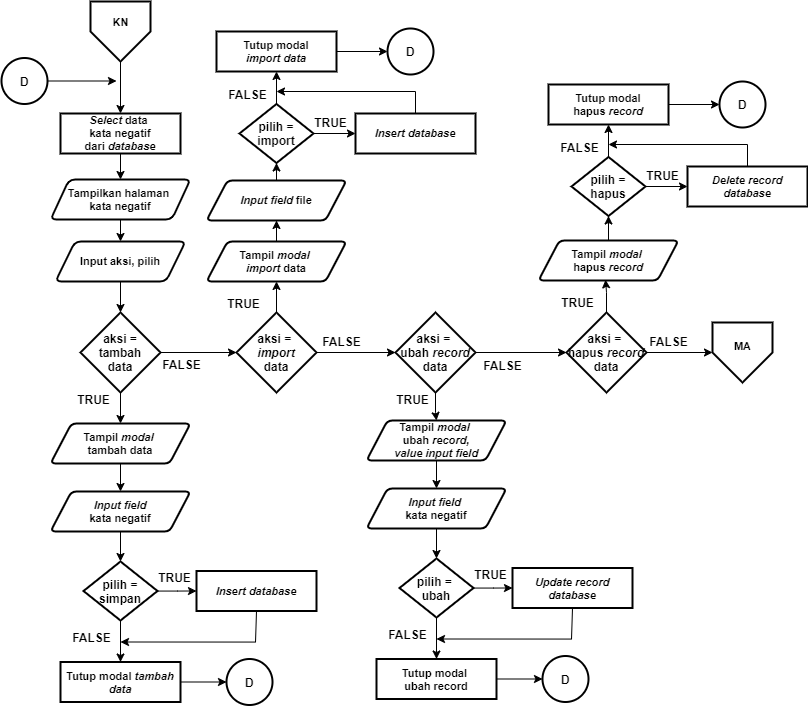
Above: Dokumen TA/Paper/Flowchart/M7. Flowchart menu kata negatif.png in muspriandi/TextMining-SentimentAnalysis (draw.io), before the change. Source tidied: cells renumbered, new cells last; positions are measured from the earlier drawing's top-left corner, leaving out a move shared by most shapes.
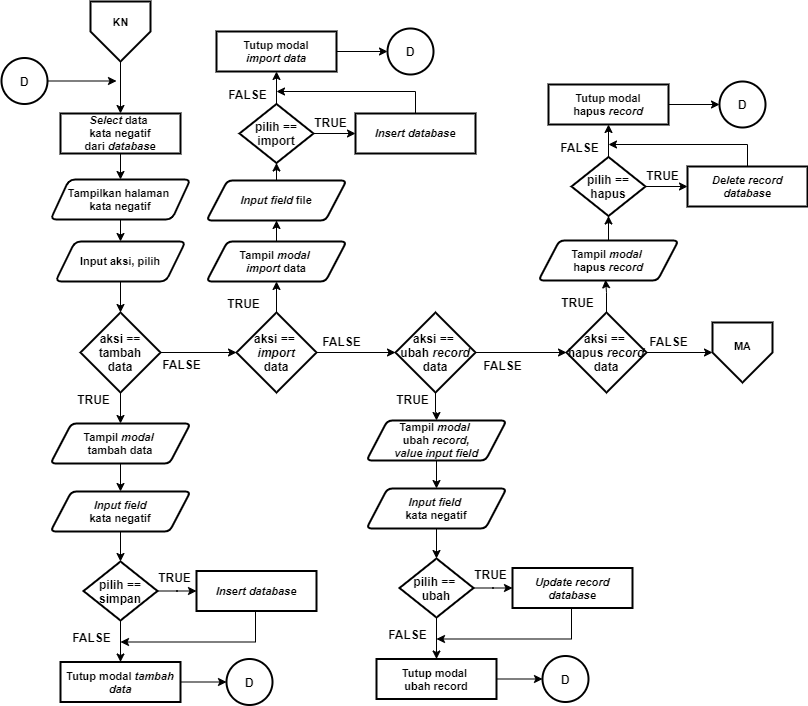
After the commit.

What changed in the source:
```diff
@@ -63,7 +63,7 @@
     <mxCell id="16" style="edgeStyle=orthogonalEdgeStyle;rounded=0;jettySize=auto;html=1;entryX=0;entryY=0.5;entryDx=0;entryDy=0;" parent="1" edge="1" source="17" target="20">
       <mxGeometry relative="1" as="geometry" />
     </mxCell>
-    <mxCell id="17" value="&lt;b&gt;&lt;font style=&quot;font-size: 12px&quot;&gt;aksi = tambah&lt;br&gt;data&lt;/font&gt;&lt;/b&gt;" style="rhombus;whiteSpace=wrap;html=1;strokeWidth=2;" parent="1" vertex="1">
+    <mxCell id="17" value="&lt;b&gt;&lt;font style=&quot;font-size: 12px&quot;&gt;aksi == tambah&lt;br&gt;data&lt;/font&gt;&lt;/b&gt;" style="rhombus;whiteSpace=wrap;html=1;strokeWidth=2;" parent="1" vertex="1">
       <mxGeometry x="79" y="311" width="80" height="80" as="geometry" />
     </mxCell>
     <mxCell id="18" style="edgeStyle=orthogonalEdgeStyle;rounded=0;jettySize=auto;html=1;entryX=0.5;entryY=1;entryDx=0;entryDy=0;" parent="1" edge="1" source="20" target="46">
@@ -72,7 +72,7 @@
     <mxCell id="19" style="edgeStyle=orthogonalEdgeStyle;rounded=0;jettySize=auto;html=1;" parent="1" edge="1" source="20" target="23">
       <mxGeometry relative="1" as="geometry" />
     </mxCell>
-    <mxCell id="20" value="&lt;b&gt;&lt;font style=&quot;font-size: 12px&quot;&gt;aksi = &lt;br&gt;&lt;i&gt;import&lt;/i&gt;&lt;br&gt;data&lt;br&gt;&lt;/font&gt;&lt;/b&gt;" style="rhombus;whiteSpace=wrap;html=1;strokeWidth=2;" parent="1" vertex="1">
+    <mxCell id="20" value="&lt;b&gt;&lt;font style=&quot;font-size: 12px&quot;&gt;aksi == &lt;br&gt;&lt;i&gt;import&lt;/i&gt;&lt;br&gt;data&lt;br&gt;&lt;/font&gt;&lt;/b&gt;" style="rhombus;whiteSpace=wrap;html=1;strokeWidth=2;" parent="1" vertex="1">
       <mxGeometry x="235" y="311" width="80" height="80" as="geometry" />
     </mxCell>
     <mxCell id="21" style="edgeStyle=orthogonalEdgeStyle;rounded=0;jettySize=auto;html=1;" parent="1" edge="1" source="23" target="26">
@@ -81,7 +81,7 @@
     <mxCell id="22" style="edgeStyle=orthogonalEdgeStyle;rounded=0;jettySize=auto;html=1;entryX=0.5;entryY=0;entryDx=0;entryDy=0;" parent="1" edge="1" source="23" target="69">
       <mxGeometry relative="1" as="geometry" />
     </mxCell>
-    <mxCell id="23" value="&lt;b&gt;&lt;font style=&quot;font-size: 12px&quot;&gt;aksi = &lt;br&gt;ubah &lt;i&gt;record&lt;/i&gt;&lt;br&gt;data&lt;br&gt;&lt;/font&gt;&lt;/b&gt;" style="rhombus;whiteSpace=wrap;html=1;strokeWidth=2;" parent="1" vertex="1">
+    <mxCell id="23" value="&lt;b&gt;&lt;font style=&quot;font-size: 12px&quot;&gt;aksi == &lt;br&gt;ubah &lt;i&gt;record&lt;/i&gt;&lt;br&gt;data&lt;br&gt;&lt;/font&gt;&lt;/b&gt;" style="rhombus;whiteSpace=wrap;html=1;strokeWidth=2;" parent="1" vertex="1">
       <mxGeometry x="394" y="311" width="80" height="80" as="geometry" />
     </mxCell>
     <mxCell id="24" style="edgeStyle=orthogonalEdgeStyle;rounded=0;jettySize=auto;html=1;entryX=0;entryY=0.5;entryDx=0;entryDy=0;" parent="1" edge="1" source="26" target="11">
@@ -90,7 +90,7 @@
     <mxCell id="25" style="edgeStyle=orthogonalEdgeStyle;rounded=0;jettySize=auto;html=1;entryX=0.479;entryY=0.983;entryDx=0;entryDy=0;entryPerimeter=0;" parent="1" edge="1" source="26" target="78">
       <mxGeometry relative="1" as="geometry" />
     </mxCell>
-    <mxCell id="26" value="&lt;b&gt;&lt;font style=&quot;font-size: 12px&quot;&gt;aksi = &lt;br&gt;hapus &lt;i&gt;record&lt;/i&gt;&lt;br&gt;data&lt;br&gt;&lt;/font&gt;&lt;/b&gt;" style="rhombus;whiteSpace=wrap;html=1;strokeWidth=2;" parent="1" vertex="1">
+    <mxCell id="26" value="&lt;b&gt;&lt;font style=&quot;font-size: 12px&quot;&gt;aksi == &lt;br&gt;hapus &lt;i&gt;record&lt;/i&gt;&lt;br&gt;data&lt;br&gt;&lt;/font&gt;&lt;/b&gt;" style="rhombus;whiteSpace=wrap;html=1;strokeWidth=2;" parent="1" vertex="1">
       <mxGeometry x="565" y="311" width="80" height="80" as="geometry" />
     </mxCell>
     <mxCell id="27" style="edgeStyle=orthogonalEdgeStyle;rounded=0;jettySize=auto;html=1;exitX=0.5;exitY=1;exitDx=0;exitDy=0;" parent="1" edge="1" source="28">
@@ -116,7 +116,7 @@
     <mxCell id="32" style="edgeStyle=orthogonalEdgeStyle;rounded=0;jettySize=auto;html=1;entryX=0.5;entryY=0;entryDx=0;entryDy=0;" parent="1" edge="1" source="33" target="39">
       <mxGeometry relative="1" as="geometry" />
     </mxCell>
-    <mxCell id="33" value="&lt;b&gt;&lt;font style=&quot;font-size: 12px&quot;&gt;pilih = simpan&lt;/font&gt;&lt;/b&gt;" style="rhombus;whiteSpace=wrap;html=1;strokeWidth=2;" parent="1" vertex="1">
+    <mxCell id="33" value="&lt;b&gt;&lt;font style=&quot;font-size: 12px&quot;&gt;pilih == simpan&lt;/font&gt;&lt;/b&gt;" style="rhombus;whiteSpace=wrap;html=1;strokeWidth=2;" parent="1" vertex="1">
       <mxGeometry x="82" y="560" width="74" height="59" as="geometry" />
     </mxCell>
     <mxCell id="34" style="edgeStyle=orthogonalEdgeStyle;rounded=0;jettySize=auto;html=1;" parent="1" edge="1" source="35">
@@ -172,7 +172,7 @@
     <mxCell id="50" style="edgeStyle=orthogonalEdgeStyle;rounded=0;jettySize=auto;html=1;entryX=0.5;entryY=1;entryDx=0;entryDy=0;" parent="1" edge="1" source="51" target="55">
       <mxGeometry relative="1" as="geometry" />
     </mxCell>
-    <mxCell id="51" value="&lt;b&gt;&lt;font style=&quot;font-size: 12px&quot;&gt;pilih = import&lt;/font&gt;&lt;/b&gt;" style="rhombus;whiteSpace=wrap;html=1;strokeWidth=2;" parent="1" vertex="1">
+    <mxCell id="51" value="&lt;b&gt;&lt;font style=&quot;font-size: 12px&quot;&gt;pilih == import&lt;/font&gt;&lt;/b&gt;" style="rhombus;whiteSpace=wrap;html=1;strokeWidth=2;" parent="1" vertex="1">
       <mxGeometry x="238" y="102.5" width="74" height="59" as="geometry" />
     </mxCell>
     <mxCell id="52" style="edgeStyle=orthogonalEdgeStyle;rounded=0;jettySize=auto;html=1;" parent="1" edge="1" source="53">
@@ -231,7 +231,7 @@
     <mxCell id="66" style="edgeStyle=orthogonalEdgeStyle;rounded=0;jettySize=auto;html=1;entryX=0.5;entryY=0;entryDx=0;entryDy=0;" parent="1" edge="1" source="67" target="71">
       <mxGeometry relative="1" as="geometry" />
     </mxCell>
-    <mxCell id="67" value="&lt;b&gt;&lt;font style=&quot;font-size: 12px&quot;&gt;pilih = &lt;br&gt;ubah&lt;/font&gt;&lt;/b&gt;" style="rhombus;whiteSpace=wrap;html=1;strokeWidth=2;" parent="1" vertex="1">
+    <mxCell id="67" value="&lt;b&gt;&lt;font style=&quot;font-size: 12px&quot;&gt;pilih == &lt;br&gt;ubah&lt;/font&gt;&lt;/b&gt;" style="rhombus;whiteSpace=wrap;html=1;strokeWidth=2;" parent="1" vertex="1">
       <mxGeometry x="398" y="557" width="74" height="59" as="geometry" />
     </mxCell>
     <mxCell id="68" style="edgeStyle=orthogonalEdgeStyle;rounded=0;jettySize=auto;html=1;entryX=0.5;entryY=0;entryDx=0;entryDy=0;" parent="1" edge="1" source="69" target="64">
@@ -273,7 +273,7 @@
     <mxCell id="80" style="edgeStyle=orthogonalEdgeStyle;rounded=0;jettySize=auto;html=1;entryX=0.5;entryY=1;entryDx=0;entryDy=0;" parent="1" edge="1" source="81" target="85">
       <mxGeometry relative="1" as="geometry" />
     </mxCell>
-    <mxCell id="81" value="&lt;b&gt;&lt;font style=&quot;font-size: 12px&quot;&gt;pilih = hapus&lt;/font&gt;&lt;/b&gt;" style="rhombus;whiteSpace=wrap;html=1;strokeWidth=2;" parent="1" vertex="1">
+    <mxCell id="81" value="&lt;b&gt;&lt;font style=&quot;font-size: 12px&quot;&gt;pilih == hapus&lt;/font&gt;&lt;/b&gt;" style="rhombus;whiteSpace=wrap;html=1;strokeWidth=2;" parent="1" vertex="1">
       <mxGeometry x="570" y="155.5" width="74" height="59" as="geometry" />
     </mxCell>
     <mxCell id="82" style="edgeStyle=orthogonalEdgeStyle;rounded=0;jettySize=auto;html=1;" parent="1" edge="1" source="83">
```
